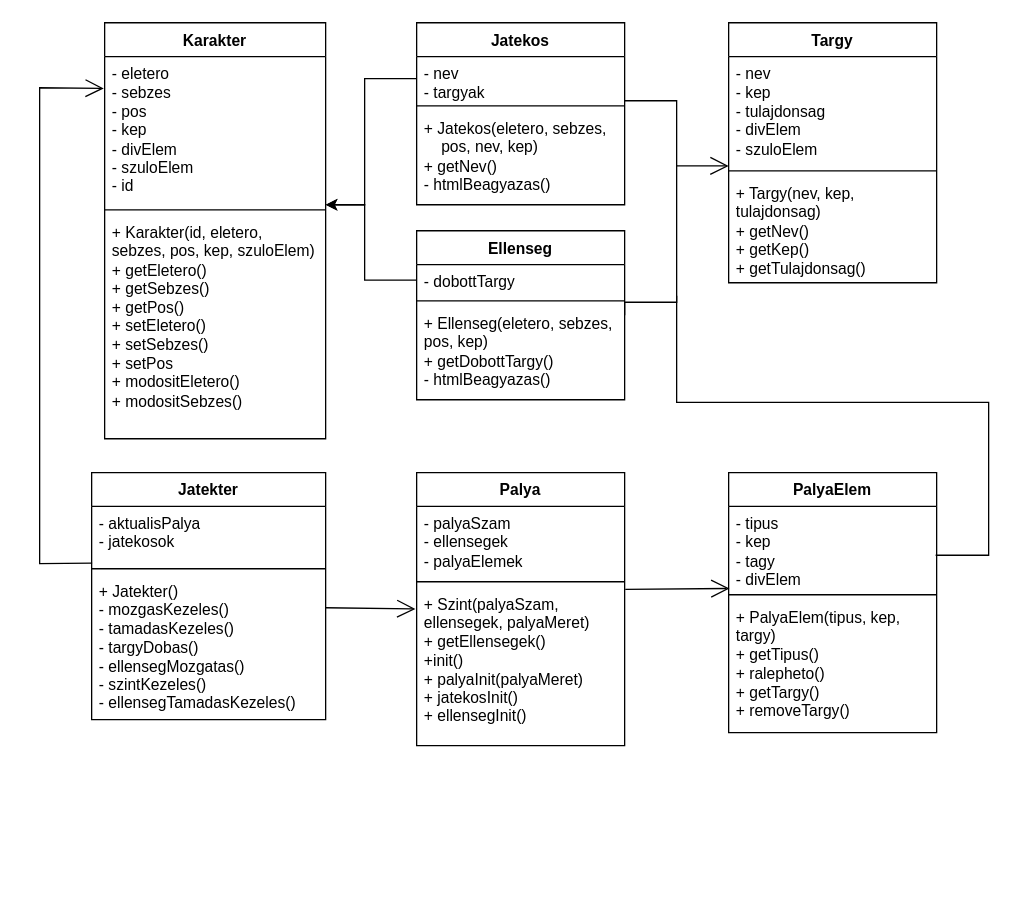
This is Dokumentumok/Jatek-Osztalyok.drawio from Ez-meg-egyes/Multiplayer-jatek, a draw.io file, before an edit. Source tidied: cells renumbered, new cells numbered last; positions are measured from the earlier drawing's top-left corner, leaving out a move shared by most shapes. Both pictures are drawn from the tidied source at 130%, with x=0, y=0 at pixel (39, 22).
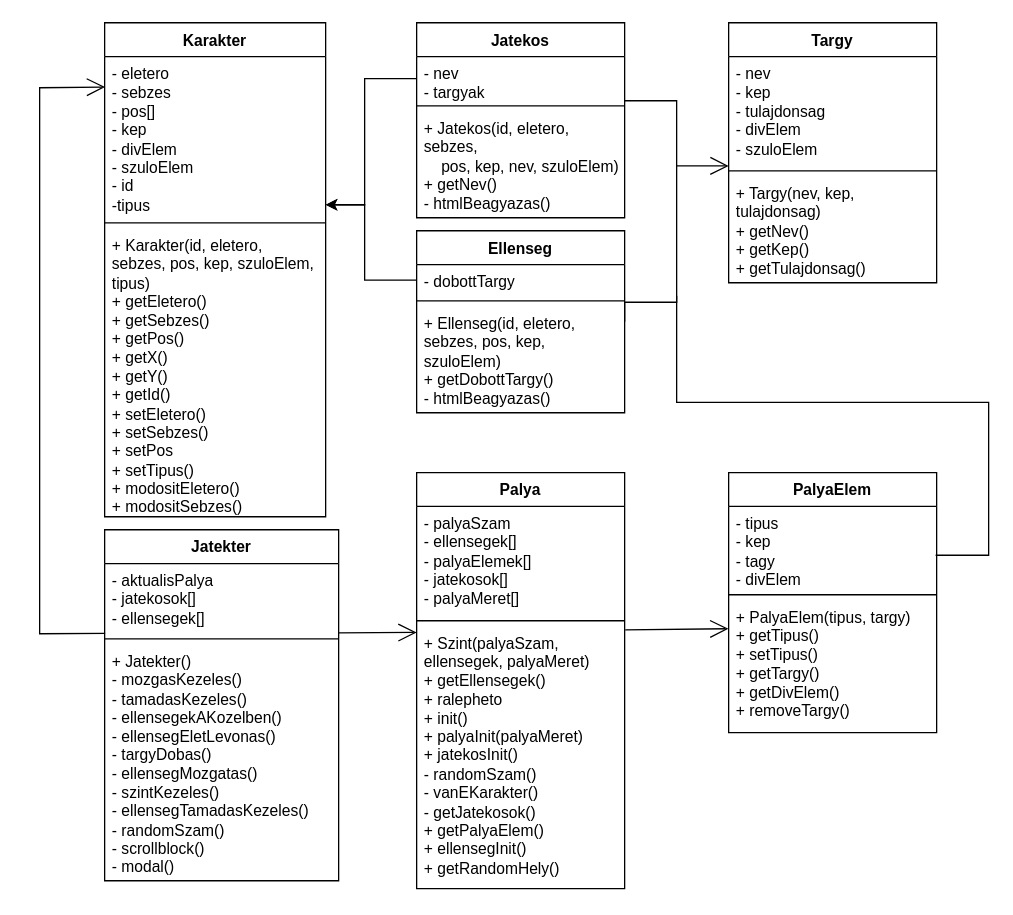
The same page after the edit.

Commit message (it also covers changes not shown here):
UML ábra frissítve

The change refers to these unchanged cells:
```xml
<mxCell id="28" value="PalyaElem" style="swimlane;fontStyle=1;align=center;verticalAlign=top;horizontal=1;startSize=26;whiteSpace=wrap;html=1;" parent="1" vertex="1">
  <mxGeometry x="530" y="346" width="160" height="200" as="geometry" />
</mxCell>
<mxCell id="29" value="- tipus&lt;br&gt;- kep&lt;br&gt;- tagy&lt;br&gt;- divElem" style="text;strokeColor=none;fillColor=none;align=left;verticalAlign=top;spacingLeft=4;spacingRight=4;overflow=hidden;points=[[0,0.5],[1,0.5]];portConstraint=eastwest;whiteSpace=wrap;html=1;" parent="28" vertex="1">
  <mxGeometry y="26" width="160" height="64" as="geometry" />
</mxCell>
```

What changed in the source:
```diff
@@
     <mxCell id="6" value="Palya" style="swimlane;fontStyle=1;align=center;verticalAlign=top;horizontal=1;startSize=26;whiteSpace=wrap;html=1;" parent="1" vertex="1">
-      <mxGeometry x="290" y="346" width="160" height="210" as="geometry" />
+      <mxGeometry x="290" y="346" width="160" height="320" as="geometry" />
     </mxCell>
-    <mxCell id="7" value="- palyaSzam&lt;br&gt;- ellensegek&lt;br&gt;- palyaElemek" style="text;strokeColor=none;fillColor=none;align=left;verticalAlign=top;spacingLeft=4;spacingRight=4;overflow=hidden;whiteSpace=wrap;html=1;" parent="6" vertex="1">
-      <mxGeometry y="26" width="160" height="54" as="geometry" />
+    <mxCell id="7" value="- palyaSzam&lt;br&gt;- ellensegek[]&lt;br&gt;- palyaElemek[]&lt;br&gt;- jatekosok[]&lt;br&gt;- palyaMeret[]" style="text;strokeColor=none;fillColor=none;align=left;verticalAlign=top;spacingLeft=4;spacingRight=4;overflow=hidden;whiteSpace=wrap;html=1;" parent="6" vertex="1">
+      <mxGeometry y="26" width="160" height="84" as="geometry" />
     </mxCell>
     <mxCell id="8" style="line;strokeWidth=1;fillColor=none;align=left;verticalAlign=middle;spacingTop=-1;spacingLeft=3;spacingRight=3;labelPosition=right;strokeColor=inherit;" parent="6" vertex="1">
-      <mxGeometry y="80" width="160" height="8" as="geometry" />
+      <mxGeometry y="110" width="160" height="8" as="geometry" />
     </mxCell>
-    <mxCell id="9" style="endArrow=open;endFill=1;endSize=12;html=1;rounded=0;entryX=-0.006;entryY=0.139;entryDx=0;entryDy=0;entryPerimeter=0;" parent="6" edge="1" target="10">
-      <mxGeometry relative="1" as="geometry">
-        <mxPoint x="-70" y="104" as="sourcePoint" />
-      </mxGeometry>
-    </mxCell>
-    <mxCell id="10" value="+ Szint(palyaSzam, ellensegek, palyaMeret)&lt;br&gt;+ getEllensegek()&lt;br&gt;+init()&lt;br&gt;+ palyaInit(palyaMeret)&lt;br&gt;+ jatekosInit()&lt;br&gt;+ ellensegInit()" style="text;strokeColor=none;fillColor=none;align=left;verticalAlign=top;spacingLeft=4;spacingRight=4;overflow=hidden;points=[[0,0.5],[1,0.5]];portConstraint=eastwest;whiteSpace=wrap;html=1;" parent="6" vertex="1">
-      <mxGeometry y="88" width="160" height="122" as="geometry" />
+    <mxCell id="10" value="+ Szint(palyaSzam, ellensegek, palyaMeret)&lt;br&gt;+ getEllensegek()&lt;br&gt;+ ralepheto&lt;br&gt;+ init()&lt;br&gt;+ palyaInit(palyaMeret)&lt;br&gt;+ jatekosInit()&lt;br&gt;- randomSzam()&lt;br&gt;- vanEKarakter()&lt;br&gt;- getJatekosok()&lt;br&gt;+ getPalyaElem()&lt;br&gt;+ ellensegInit()&lt;br&gt;+ getRandomHely()" style="text;strokeColor=none;fillColor=none;align=left;verticalAlign=top;spacingLeft=4;spacingRight=4;overflow=hidden;points=[[0,0.5],[1,0.5]];portConstraint=eastwest;whiteSpace=wrap;html=1;" parent="6" vertex="1">
+      <mxGeometry y="118" width="160" height="202" as="geometry" />
     </mxCell>
@@
     <mxCell id="12" value="Ellenseg" style="swimlane;fontStyle=1;align=center;verticalAlign=top;horizontal=1;startSize=26;whiteSpace=wrap;html=1;" parent="1" vertex="1">
-      <mxGeometry x="290" y="160" width="160" height="130" as="geometry" />
+      <mxGeometry x="290" y="160" width="160" height="140" as="geometry" />
     </mxCell>
@@
-    <mxCell id="15" value="+ Ellenseg(eletero, sebzes, pos, kep)&lt;br&gt;+ getDobottTargy()&lt;br&gt;- htmlBeagyazas()" style="text;strokeColor=none;fillColor=none;align=left;verticalAlign=top;spacingLeft=4;spacingRight=4;overflow=hidden;whiteSpace=wrap;html=1;" parent="12" vertex="1">
-      <mxGeometry y="58" width="160" height="72" as="geometry" />
+    <mxCell id="15" value="+ Ellenseg(id, eletero, sebzes, pos, kep, szuloElem)&lt;br&gt;+ getDobottTargy()&lt;br&gt;- htmlBeagyazas()" style="text;strokeColor=none;fillColor=none;align=left;verticalAlign=top;spacingLeft=4;spacingRight=4;overflow=hidden;whiteSpace=wrap;html=1;" parent="12" vertex="1">
+      <mxGeometry y="58" width="160" height="82" as="geometry" />
     </mxCell>
     <mxCell id="16" value="Jatekos" style="swimlane;fontStyle=1;align=center;verticalAlign=top;horizontal=1;startSize=26;whiteSpace=wrap;html=1;" parent="1" vertex="1">
-      <mxGeometry x="290" width="160" height="140" as="geometry" />
+      <mxGeometry x="290" width="160" height="150" as="geometry" />
     </mxCell>
@@
-    <mxCell id="19" value="+ Jatekos(eletero, sebzes, &lt;br&gt;&lt;span style=&quot;&quot;&gt;&lt;span style=&quot;&quot;&gt;&amp;nbsp;&amp;nbsp;&amp;nbsp;&amp;nbsp;&lt;/span&gt;&lt;/span&gt;pos, nev, kep)&lt;br&gt;+ getNev()&lt;br&gt;- htmlBeagyazas()" style="text;strokeColor=none;fillColor=none;align=left;verticalAlign=top;spacingLeft=4;spacingRight=4;overflow=hidden;whiteSpace=wrap;html=1;" parent="16" vertex="1">
-      <mxGeometry y="68" width="160" height="72" as="geometry" />
+    <mxCell id="19" value="+ Jatekos(id, eletero, sebzes, &lt;br&gt;&lt;span style=&quot;&quot;&gt;&lt;span style=&quot;&quot;&gt;&amp;nbsp;&amp;nbsp;&amp;nbsp;&amp;nbsp;&lt;/span&gt;&lt;/span&gt;pos, kep, nev, szuloElem)&lt;br&gt;+ getNev()&lt;br&gt;- htmlBeagyazas()" style="text;strokeColor=none;fillColor=none;align=left;verticalAlign=top;spacingLeft=4;spacingRight=4;overflow=hidden;whiteSpace=wrap;html=1;" parent="16" vertex="1">
+      <mxGeometry y="68" width="160" height="82" as="geometry" />
     </mxCell>
     <mxCell id="20" value="Jatekter" style="swimlane;fontStyle=1;align=center;verticalAlign=top;horizontal=1;startSize=26;whiteSpace=wrap;html=1;" parent="1" vertex="1">
-      <mxGeometry x="40" y="346" width="180" height="190" as="geometry" />
+      <mxGeometry x="50" y="390" width="180" height="270" as="geometry" />
     </mxCell>
-    <mxCell id="21" value="- aktualisPalya&lt;br&gt;- jatekosok" style="text;strokeColor=none;fillColor=none;align=left;verticalAlign=top;spacingLeft=4;spacingRight=4;overflow=hidden;points=[[0,0.5],[1,0.5]];portConstraint=eastwest;whiteSpace=wrap;html=1;" parent="20" vertex="1">
-      <mxGeometry y="26" width="180" height="44" as="geometry" />
+    <mxCell id="21" value="- aktualisPalya&lt;br&gt;- jatekosok[]&lt;br&gt;- ellensegek[]" style="text;strokeColor=none;fillColor=none;align=left;verticalAlign=top;spacingLeft=4;spacingRight=4;overflow=hidden;points=[[0,0.5],[1,0.5]];portConstraint=eastwest;whiteSpace=wrap;html=1;" parent="20" vertex="1">
+      <mxGeometry y="26" width="180" height="54" as="geometry" />
     </mxCell>
     <mxCell id="22" style="line;strokeWidth=1;fillColor=none;align=left;verticalAlign=middle;spacingTop=-1;spacingLeft=3;spacingRight=3;labelPosition=right;strokeColor=inherit;" parent="20" vertex="1">
-      <mxGeometry y="70" width="180" height="8" as="geometry" />
+      <mxGeometry y="80" width="180" height="8" as="geometry" />
     </mxCell>
-    <mxCell id="23" value="+ Jatekter()&lt;br&gt;- mozgasKezeles()&lt;br&gt;- tamadasKezeles()&lt;br&gt;- targyDobas()&lt;br&gt;- ellensegMozgatas()&lt;br&gt;- szintKezeles()&lt;br&gt;- ellensegTamadasKezeles()&lt;br&gt;" style="text;strokeColor=none;fillColor=none;align=left;verticalAlign=top;spacingLeft=4;spacingRight=4;overflow=hidden;whiteSpace=wrap;html=1;" parent="20" vertex="1">
-      <mxGeometry y="78" width="180" height="112" as="geometry" />
+    <mxCell id="23" value="+ Jatekter()&lt;br&gt;- mozgasKezeles()&lt;br&gt;- tamadasKezeles()&lt;br&gt;-&amp;nbsp;ellensegekAKozelben()&lt;br&gt;- ellensegEletLevonas()&lt;br&gt;- targyDobas()&lt;br&gt;- ellensegMozgatas()&lt;br&gt;- szintKezeles()&lt;br&gt;- ellensegTamadasKezeles()&lt;br&gt;- randomSzam()&lt;br&gt;- scrollblock()&lt;br&gt;- modal()" style="text;strokeColor=none;fillColor=none;align=left;verticalAlign=top;spacingLeft=4;spacingRight=4;overflow=hidden;whiteSpace=wrap;html=1;" parent="20" vertex="1">
+      <mxGeometry y="88" width="180" height="182" as="geometry" />
     </mxCell>
     <mxCell id="24" value="Karakter" style="swimlane;fontStyle=1;align=center;verticalAlign=top;horizontal=1;startSize=26;whiteSpace=wrap;html=1;" parent="1" vertex="1">
-      <mxGeometry x="50" width="170" height="320" as="geometry" />
+      <mxGeometry x="50" width="170" height="380" as="geometry" />
     </mxCell>
-    <mxCell id="25" value="- eletero&lt;br&gt;- sebzes&lt;br&gt;- pos&lt;br&gt;- kep&lt;br&gt;- divElem&lt;br&gt;- szuloElem&lt;br&gt;- id" style="text;strokeColor=none;fillColor=none;align=left;verticalAlign=top;spacingLeft=4;spacingRight=4;overflow=hidden;points=[[0,0.5],[1,0.5]];portConstraint=eastwest;whiteSpace=wrap;html=1;" parent="24" vertex="1">
-      <mxGeometry y="26" width="170" height="114" as="geometry" />
+    <mxCell id="25" value="- eletero&lt;br&gt;- sebzes&lt;br&gt;- pos[]&lt;br&gt;- kep&lt;br&gt;- divElem&lt;br&gt;- szuloElem&lt;br&gt;- id&lt;br&gt;-tipus" style="text;strokeColor=none;fillColor=none;align=left;verticalAlign=top;spacingLeft=4;spacingRight=4;overflow=hidden;points=[[0,0.5],[1,0.5]];portConstraint=eastwest;whiteSpace=wrap;html=1;" parent="24" vertex="1">
+      <mxGeometry y="26" width="170" height="124" as="geometry" />
     </mxCell>
     <mxCell id="26" style="line;strokeWidth=1;fillColor=none;align=left;verticalAlign=middle;spacingTop=-1;spacingLeft=3;spacingRight=3;labelPosition=right;strokeColor=inherit;" parent="24" vertex="1">
-      <mxGeometry y="140" width="170" height="8" as="geometry" />
+      <mxGeometry y="150" width="170" height="8" as="geometry" />
     </mxCell>
-    <mxCell id="27" value="+ Karakter(id, eletero, sebzes, pos, kep, szuloElem)&lt;br&gt;+ getEletero()&lt;br&gt;+ getSebzes()&lt;br&gt;+ getPos()&lt;br&gt;+ setEletero()&lt;br&gt;+ setSebzes()&lt;br&gt;+ setPos&lt;br&gt;+ modositEletero()&lt;br&gt;+ modositSebzes()" style="text;strokeColor=none;fillColor=none;align=left;verticalAlign=top;spacingLeft=4;spacingRight=4;overflow=hidden;whiteSpace=wrap;html=1;" parent="24" vertex="1">
-      <mxGeometry y="148" width="170" height="172" as="geometry" />
+    <mxCell id="27" value="+ Karakter(id, eletero, sebzes, pos, kep, szuloElem, tipus)&lt;br&gt;+ getEletero()&lt;br&gt;+ getSebzes()&lt;br&gt;+ getPos()&lt;br&gt;+ getX()&lt;br&gt;+ getY()&lt;br&gt;+ getId()&lt;br&gt;+ setEletero()&lt;br&gt;+ setSebzes()&lt;br&gt;+ setPos&lt;br&gt;+ setTipus()&lt;br&gt;+ modositEletero()&lt;br&gt;+ modositSebzes()" style="text;strokeColor=none;fillColor=none;align=left;verticalAlign=top;spacingLeft=4;spacingRight=4;overflow=hidden;whiteSpace=wrap;html=1;" parent="24" vertex="1">
+      <mxGeometry y="158" width="170" height="222" as="geometry" />
     </mxCell>
@@
-    <mxCell id="31" value="+ PalyaElem(tipus, kep, targy)&lt;br&gt;+ getTipus()&lt;br&gt;+ ralepheto()&lt;br&gt;+ getTargy()&lt;br&gt;+ removeTargy()&lt;br&gt;" style="text;strokeColor=none;fillColor=none;align=left;verticalAlign=top;spacingLeft=4;spacingRight=4;overflow=hidden;points=[[0,0.5],[1,0.5]];portConstraint=eastwest;whiteSpace=wrap;html=1;" parent="28" vertex="1">
+    <mxCell id="31" value="+ PalyaElem(tipus, targy)&lt;br&gt;+ getTipus()&lt;br&gt;+ setTipus()&lt;br&gt;+ getTargy()&lt;br&gt;+ getDivElem()&lt;br&gt;+ removeTargy()" style="text;strokeColor=none;fillColor=none;align=left;verticalAlign=top;spacingLeft=4;spacingRight=4;overflow=hidden;points=[[0,0.5],[1,0.5]];portConstraint=eastwest;whiteSpace=wrap;html=1;" parent="28" vertex="1">
       <mxGeometry y="98" width="160" height="102" as="geometry" />
     </mxCell>
@@
-    <mxCell id="33" style="endArrow=open;endFill=1;endSize=12;html=1;rounded=0;exitX=1.003;exitY=0.015;exitDx=0;exitDy=0;exitPerimeter=0;entryX=0.004;entryY=0.987;entryDx=0;entryDy=0;entryPerimeter=0;" parent="1" edge="1" source="10" target="29">
+    <mxCell id="33" style="endArrow=open;endFill=1;endSize=12;html=1;rounded=0;exitX=1.003;exitY=0.015;exitDx=0;exitDy=0;exitPerimeter=0;entryX=-0.001;entryY=0.217;entryDx=0;entryDy=0;entryPerimeter=0;" parent="1" edge="1" source="10" target="31">
       <mxGeometry relative="1" as="geometry" />
     </mxCell>
@@
-    <mxCell id="37" style="endArrow=open;endFill=1;endSize=12;html=1;rounded=0;exitX=0.002;exitY=0.994;exitDx=0;exitDy=0;exitPerimeter=0;entryX=-0.004;entryY=0.215;entryDx=0;entryDy=0;entryPerimeter=0;" parent="1" edge="1" source="21" target="25">
+    <mxCell id="37" style="endArrow=open;endFill=1;endSize=12;html=1;rounded=0;exitX=0.002;exitY=0.994;exitDx=0;exitDy=0;exitPerimeter=0;entryX=0.002;entryY=0.189;entryDx=0;entryDy=0;entryPerimeter=0;" parent="1" edge="1" source="21" target="25">
       <mxGeometry relative="1" as="geometry">
         <Array as="points">
+          <mxPoint y="470" />
           <mxPoint y="416" />
           <mxPoint y="50" />
         </Array>
       </mxGeometry>
     </mxCell>
+    <mxCell id="9" style="endArrow=open;endFill=1;endSize=12;html=1;rounded=0;exitX=0.998;exitY=0.988;exitDx=0;exitDy=0;exitPerimeter=0;" parent="1" edge="1" source="21">
+      <mxGeometry relative="1" as="geometry">
+        <mxPoint x="290" y="469" as="targetPoint" />
+      </mxGeometry>
+    </mxCell>
```
